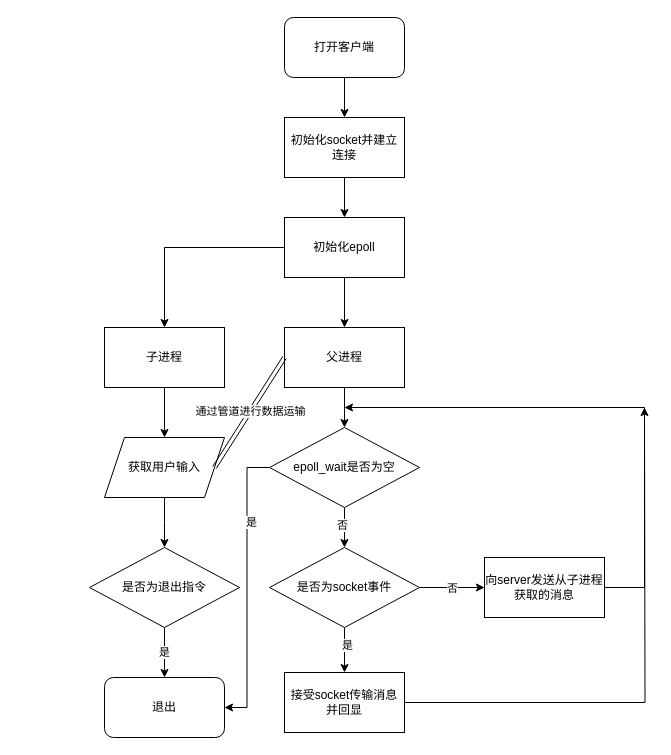
This is client.drawio from lovefxyo/drawio, a draw.io file, before an edit. Source tidied: cells renumbered, new cells numbered last; positions are measured from the earlier drawing's top-left corner, leaving out a move shared by most shapes. Both pictures are drawn from the tidied source at 100%, with x=0, y=0 at pixel (89, 17).
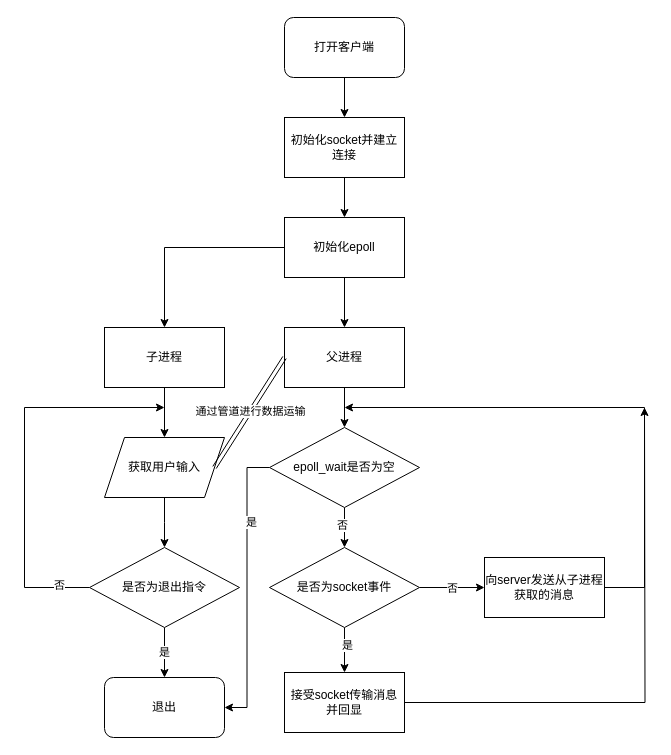
The same page after the edit.

Unchanged cells that the change refers to:
```xml
<mxCell id="14" value="是否为退出指令" style="rhombus;whiteSpace=wrap;html=1;" parent="1" vertex="1">
  <mxGeometry y="530" width="150" height="80" as="geometry" />
</mxCell>
```

Diff of the diagram source:
```diff
@@
+    <mxCell id="33" style="edgeStyle=orthogonalEdgeStyle;rounded=0;jettySize=auto;html=1;" parent="1" edge="1" source="14">
+      <mxGeometry relative="1" as="geometry">
+        <mxPoint x="75" y="390" as="targetPoint" />
+        <Array as="points">
+          <mxPoint x="-65" y="570" />
+          <mxPoint x="-65" y="390" />
+        </Array>
+      </mxGeometry>
+    </mxCell>
+    <mxCell id="34" value="否" style="edgeLabel;html=1;align=center;verticalAlign=middle;" parent="33" vertex="1">
+      <mxGeometry x="-0.84" y="-3" relative="1" as="geometry" />
+    </mxCell>
```
